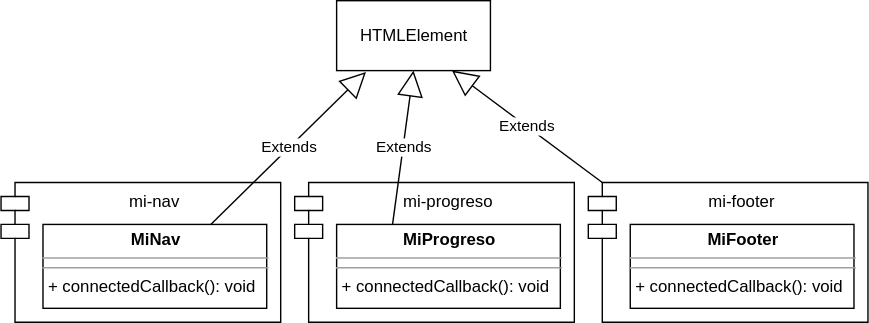
Above: img/cmp.svg in gilpgprap/gilpgprap.github.io (draw.io), before the change. Source tidied: cells renumbered, new cells last; positions are measured from the earlier drawing's top-left corner, leaving out a move shared by most shapes.
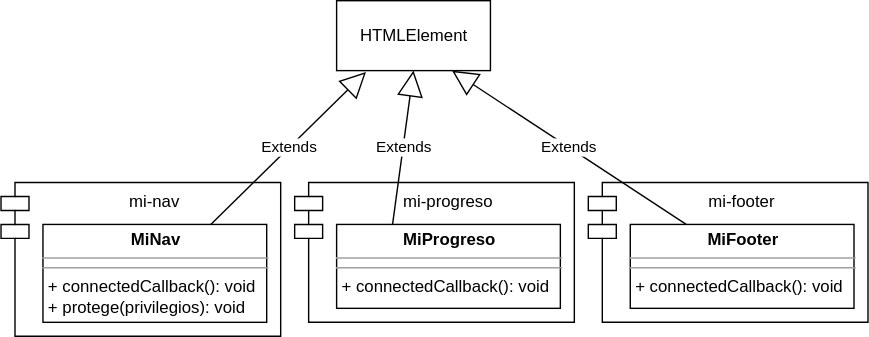
The same file after the commit.

Diff of the diagram source:
```diff
@@ -6,10 +6,10 @@
       <mxGeometry x="240" width="110" height="50" as="geometry" />
     </mxCell>
     <mxCell id="3" value="mi-nav" style="shape=module;align=left;spacingLeft=20;align=center;verticalAlign=top;" parent="1" vertex="1">
-      <mxGeometry y="130" width="200" height="100" as="geometry" />
+      <mxGeometry y="130" width="200" height="110" as="geometry" />
     </mxCell>
-    <mxCell id="4" value="&lt;p style=&quot;margin: 0px ; margin-top: 4px ; text-align: center&quot;&gt;&lt;b&gt;MiNav&lt;/b&gt;&lt;/p&gt;&lt;hr size=&quot;1&quot;&gt;&lt;hr size=&quot;1&quot;&gt;&lt;p style=&quot;margin: 0px ; margin-left: 4px&quot;&gt;+ connectedCallback(): void&lt;/p&gt;" style="verticalAlign=top;align=left;overflow=fill;fontSize=12;fontFamily=Helvetica;html=1;" parent="1" vertex="1">
-      <mxGeometry x="30" y="160" width="160" height="60" as="geometry" />
+    <mxCell id="4" value="&lt;p style=&quot;margin: 0px ; margin-top: 4px ; text-align: center&quot;&gt;&lt;b&gt;MiNav&lt;/b&gt;&lt;/p&gt;&lt;hr size=&quot;1&quot;&gt;&lt;hr size=&quot;1&quot;&gt;&lt;p style=&quot;margin: 0px ; margin-left: 4px&quot;&gt;+ connectedCallback(): void&lt;/p&gt;&lt;p style=&quot;margin: 0px ; margin-left: 4px&quot;&gt;+ protege(privilegios): void&lt;/p&gt;" style="verticalAlign=top;align=left;overflow=fill;fontSize=12;fontFamily=Helvetica;html=1;" parent="1" vertex="1">
+      <mxGeometry x="30" y="160" width="160" height="70" as="geometry" />
     </mxCell>
     <mxCell id="5" value="mi-progreso" style="shape=module;align=left;spacingLeft=20;align=center;verticalAlign=top;" parent="1" vertex="1">
       <mxGeometry x="210" y="130" width="200" height="100" as="geometry" />
@@ -29,7 +29,7 @@
     <mxCell id="10" value="Extends" style="endArrow=block;endSize=16;endFill=0;html=1;exitX=0.25;exitY=0;exitDx=0;exitDy=0;entryX=0.5;entryY=1;entryDx=0;entryDy=0;" parent="1" edge="1" source="6" target="2">
       <mxGeometry relative="1" as="geometry" />
     </mxCell>
-    <mxCell id="11" value="Extends" style="endArrow=block;endSize=16;endFill=0;html=1;entryX=0.75;entryY=1;entryDx=0;entryDy=0;exitX=0;exitY=0;exitDx=10;exitDy=0;exitPerimeter=0;" parent="1" edge="1" source="7" target="2">
+    <mxCell id="11" value="Extends" style="endArrow=block;endSize=16;endFill=0;html=1;entryX=0.75;entryY=1;entryDx=0;entryDy=0;exitX=0.25;exitY=0;exitDx=0;exitDy=0;" parent="1" edge="1" source="8" target="2">
       <mxGeometry relative="1" as="geometry" />
     </mxCell>
   </root>
```
